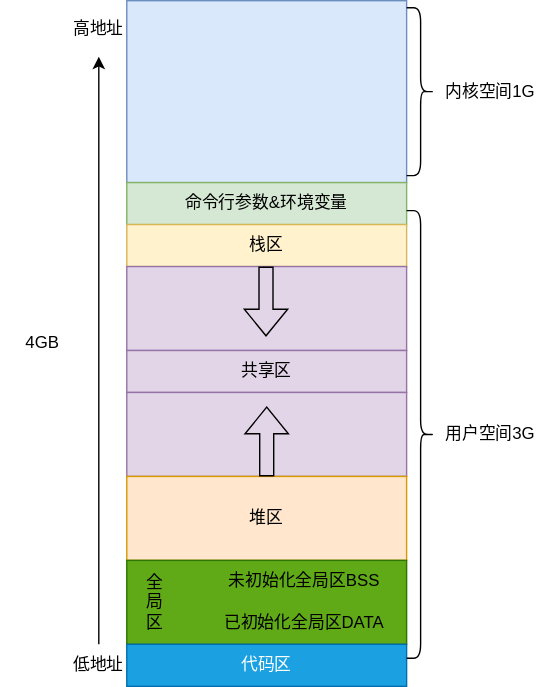
Wind134/Wind134.github.io keeps this draw.io diagram as assets/img/OS/进程的地址空间.svg. Above is the earlier version. Source tidied: cells renumbered, new cells last; positions are measured from the earlier drawing's top-left corner, leaving out a move shared by most shapes.
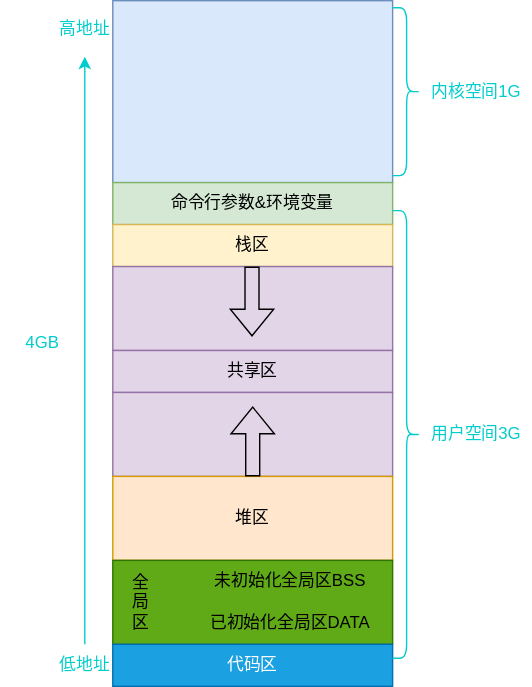
The same file after the commit.

Diff of the diagram source:
```diff
@@ -5,10 +5,10 @@
     <mxCell id="2" style="rounded=0;whiteSpace=wrap;html=1;fillColor=#dae8fc;strokeColor=#6c8ebf;" parent="1" vertex="1">
       <mxGeometry x="90" width="200" height="130" as="geometry" />
     </mxCell>
-    <mxCell id="3" style="shape=curlyBracket;whiteSpace=wrap;html=1;rounded=1;flipH=1;labelPosition=right;verticalLabelPosition=middle;align=left;verticalAlign=middle;" parent="1" vertex="1">
+    <mxCell id="3" style="shape=curlyBracket;whiteSpace=wrap;html=1;rounded=1;flipH=1;labelPosition=right;verticalLabelPosition=middle;align=left;verticalAlign=middle;strokeColor=#00CCCC;" parent="1" vertex="1">
       <mxGeometry x="290" y="5" width="20" height="120" as="geometry" />
     </mxCell>
-    <mxCell id="4" value="内核空间1G" style="text;html=1;strokeColor=none;fillColor=none;align=center;verticalAlign=middle;whiteSpace=wrap;rounded=0;" parent="1" vertex="1">
+    <mxCell id="4" value="&lt;font color=&quot;#00cccc&quot;&gt;内核空间1G&lt;/font&gt;" style="text;html=1;strokeColor=none;fillColor=none;align=center;verticalAlign=middle;whiteSpace=wrap;rounded=0;" parent="1" vertex="1">
       <mxGeometry x="310" y="50" width="80" height="30" as="geometry" />
     </mxCell>
     <mxCell id="5" value="命令行参数&amp;amp;环境变量" style="rounded=0;whiteSpace=wrap;html=1;fillColor=#d5e8d4;strokeColor=#82b366;" parent="1" vertex="1">
@@ -58,25 +58,25 @@
     <mxCell id="18" value="已初始化全局区DATA" style="text;html=1;strokeColor=none;fillColor=none;align=center;verticalAlign=middle;whiteSpace=wrap;rounded=0;" parent="1" vertex="1">
       <mxGeometry x="150" y="430" width="134" height="30" as="geometry" />
     </mxCell>
-    <mxCell id="19" style="endArrow=classic;html=1;rounded=0;" parent="1" edge="1">
+    <mxCell id="19" style="endArrow=classic;html=1;rounded=0;strokeColor=#00CCCC;" parent="1" edge="1">
       <mxGeometry relative="1" as="geometry">
         <mxPoint x="70" y="460" as="sourcePoint" />
         <mxPoint x="70" y="40" as="targetPoint" />
       </mxGeometry>
     </mxCell>
-    <mxCell id="20" value="4GB" style="text;html=1;strokeColor=none;fillColor=none;align=center;verticalAlign=middle;whiteSpace=wrap;rounded=0;" parent="1" vertex="1">
-      <mxGeometry y="230" width="60" height="30" as="geometry" />
+    <mxCell id="20" value="&lt;font color=&quot;#00cccc&quot;&gt;4GB&lt;/font&gt;" style="text;html=1;strokeColor=none;fillColor=none;align=center;verticalAlign=middle;whiteSpace=wrap;rounded=0;glass=0;" parent="1" vertex="1">
+      <mxGeometry x="10" y="230" width="60" height="30" as="geometry" />
     </mxCell>
-    <mxCell id="21" value="低地址" style="text;html=1;strokeColor=none;fillColor=none;align=center;verticalAlign=middle;whiteSpace=wrap;rounded=0;" parent="1" vertex="1">
+    <mxCell id="21" value="&lt;font color=&quot;#00cccc&quot;&gt;低地址&lt;/font&gt;" style="text;html=1;strokeColor=none;fillColor=none;align=center;verticalAlign=middle;whiteSpace=wrap;rounded=0;" parent="1" vertex="1">
       <mxGeometry x="40" y="460" width="60" height="30" as="geometry" />
     </mxCell>
-    <mxCell id="22" value="高地址" style="text;html=1;strokeColor=none;fillColor=none;align=center;verticalAlign=middle;whiteSpace=wrap;rounded=0;" parent="1" vertex="1">
+    <mxCell id="22" value="&lt;font color=&quot;#00cccc&quot;&gt;高地址&lt;/font&gt;" style="text;html=1;strokeColor=none;fillColor=none;align=center;verticalAlign=middle;whiteSpace=wrap;rounded=0;" parent="1" vertex="1">
       <mxGeometry x="40" y="5" width="60" height="30" as="geometry" />
     </mxCell>
-    <mxCell id="23" style="shape=curlyBracket;whiteSpace=wrap;html=1;rounded=1;flipH=1;labelPosition=right;verticalLabelPosition=middle;align=left;verticalAlign=middle;" parent="1" vertex="1">
+    <mxCell id="23" style="shape=curlyBracket;whiteSpace=wrap;html=1;rounded=1;flipH=1;labelPosition=right;verticalLabelPosition=middle;align=left;verticalAlign=middle;strokeColor=#00CCCC;" parent="1" vertex="1">
       <mxGeometry x="290" y="150" width="20" height="320" as="geometry" />
     </mxCell>
-    <mxCell id="24" value="用户空间3G" style="text;html=1;strokeColor=none;fillColor=none;align=center;verticalAlign=middle;whiteSpace=wrap;rounded=0;" parent="1" vertex="1">
+    <mxCell id="24" value="&lt;font color=&quot;#00cccc&quot;&gt;用户空间3G&lt;/font&gt;" style="text;html=1;strokeColor=none;fillColor=none;align=center;verticalAlign=middle;whiteSpace=wrap;rounded=0;" parent="1" vertex="1">
       <mxGeometry x="310" y="295" width="80" height="30" as="geometry" />
     </mxCell>
   </root>
```
